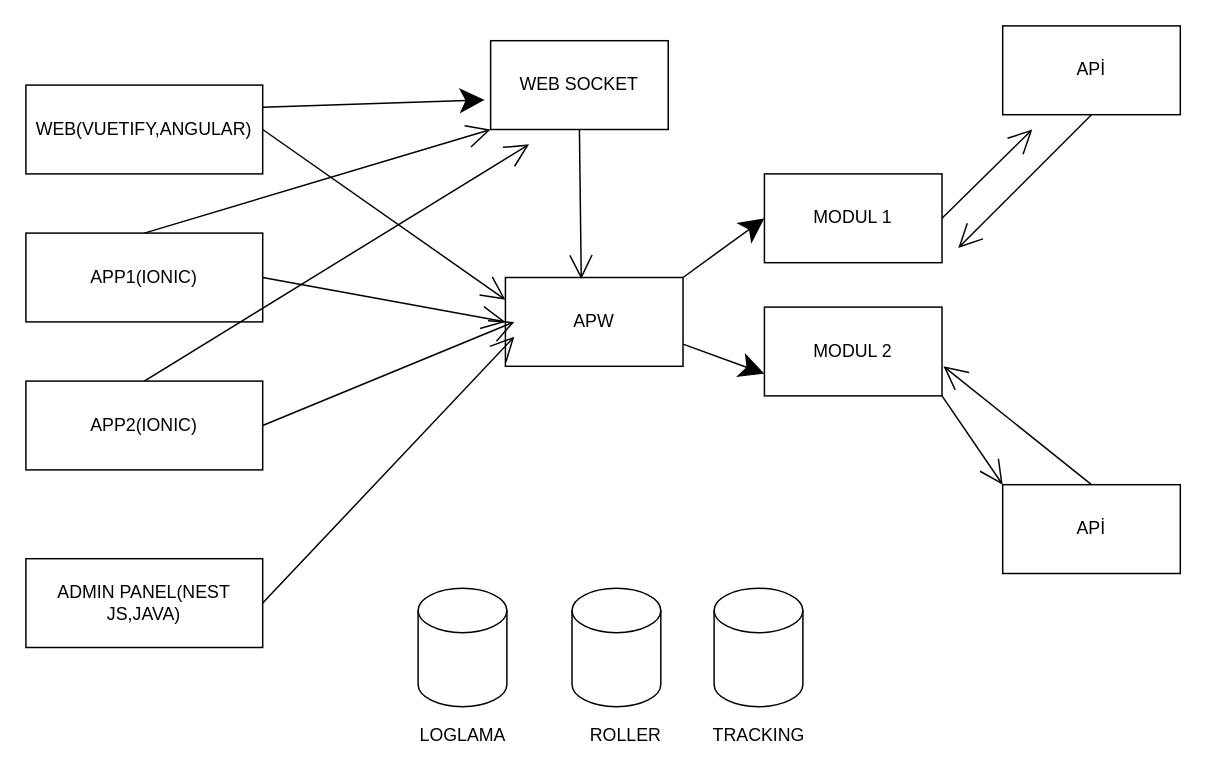
Earlier version of the draw.io diagram Untitled Diagram.drawio (atomalak/ataha). Source tidied: cells renumbered, new cells numbered last; positions are measured from the earlier drawing's top-left corner, leaving out a move shared by most shapes. Both pictures are drawn from the tidied source at 148%, with x=0, y=0 at pixel (25, 25).
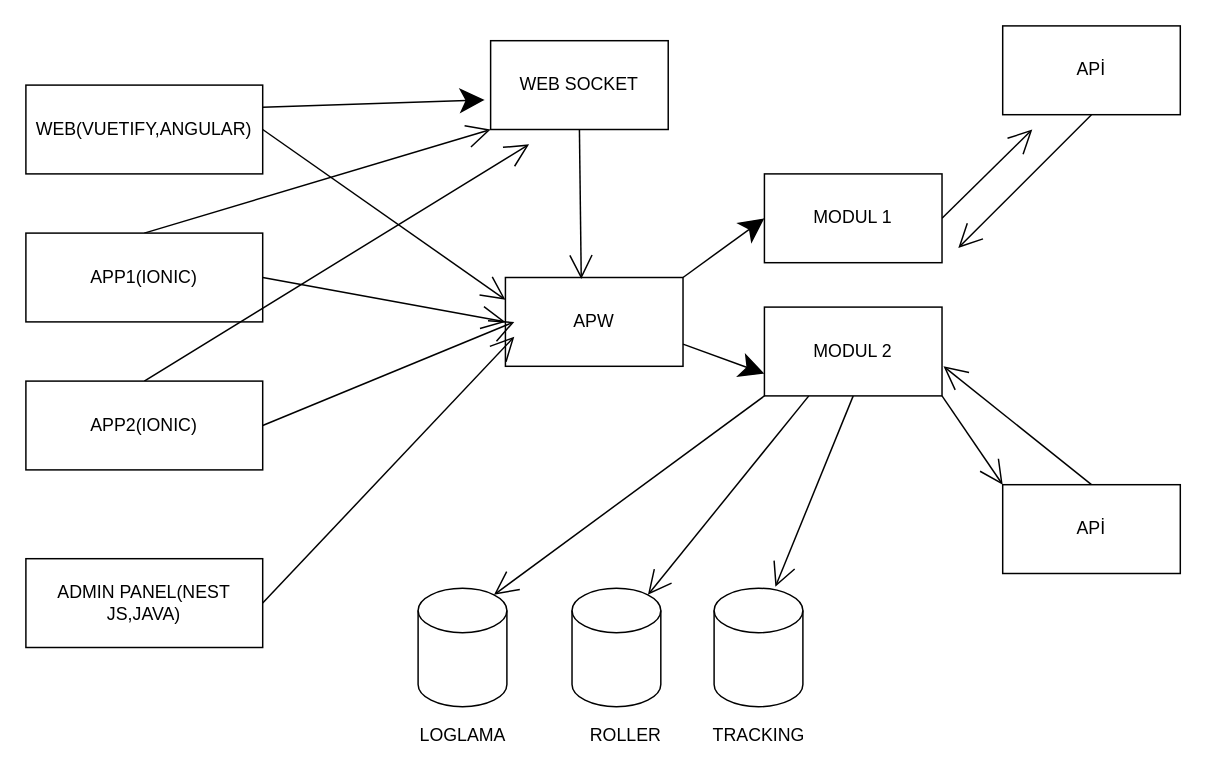
Above is the later version.

Unchanged cells that the change refers to:
```xml
<mxCell id="8" value="MODUL 2" style="rounded=0;whiteSpace=wrap;html=1;hachureGap=4;" parent="1" vertex="1">
  <mxGeometry x="499" y="190" width="120" height="60" as="geometry" />
</mxCell>
<mxCell id="19" style="shape=cylinder3;whiteSpace=wrap;html=1;boundedLbl=1;backgroundOutline=1;size=15;hachureGap=4;" parent="1" vertex="1">
  <mxGeometry x="265" y="380" width="60" height="80" as="geometry" />
</mxCell>
<mxCell id="27" style="shape=cylinder3;whiteSpace=wrap;html=1;boundedLbl=1;backgroundOutline=1;size=15;hachureGap=4;" parent="1" vertex="1">
  <mxGeometry x="369" y="380" width="60" height="80" as="geometry" />
</mxCell>
<mxCell id="28" style="shape=cylinder3;whiteSpace=wrap;html=1;boundedLbl=1;backgroundOutline=1;size=15;hachureGap=4;" parent="1" vertex="1">
  <mxGeometry x="465" y="380" width="60" height="80" as="geometry" />
</mxCell>
```

Diff of the diagram source:
```diff
@@
+    <mxCell id="32" style="edgeStyle=none;curved=1;rounded=0;jettySize=auto;html=1;exitX=0.5;exitY=1;exitDx=0;exitDy=0;entryX=0.69;entryY=-0.012;entryDx=0;entryDy=0;entryPerimeter=0;endArrow=open;startSize=14;endSize=14;sourcePerimeterSpacing=8;targetPerimeterSpacing=8;" parent="1" edge="1" source="8" target="28">
+      <mxGeometry relative="1" as="geometry" />
+    </mxCell>
+    <mxCell id="33" style="edgeStyle=none;curved=1;rounded=0;jettySize=auto;html=1;exitX=0.25;exitY=1;exitDx=0;exitDy=0;entryX=0.855;entryY=0;entryDx=0;entryDy=4.35;entryPerimeter=0;endArrow=open;startSize=14;endSize=14;sourcePerimeterSpacing=8;targetPerimeterSpacing=8;" parent="1" edge="1" source="8" target="27">
+      <mxGeometry relative="1" as="geometry" />
+    </mxCell>
+    <mxCell id="34" style="edgeStyle=none;curved=1;rounded=0;jettySize=auto;html=1;exitX=0;exitY=1;exitDx=0;exitDy=0;entryX=0.855;entryY=0;entryDx=0;entryDy=4.35;entryPerimeter=0;endArrow=open;startSize=14;endSize=14;sourcePerimeterSpacing=8;targetPerimeterSpacing=8;" parent="1" edge="1" source="8" target="19">
+      <mxGeometry relative="1" as="geometry" />
+    </mxCell>
```
